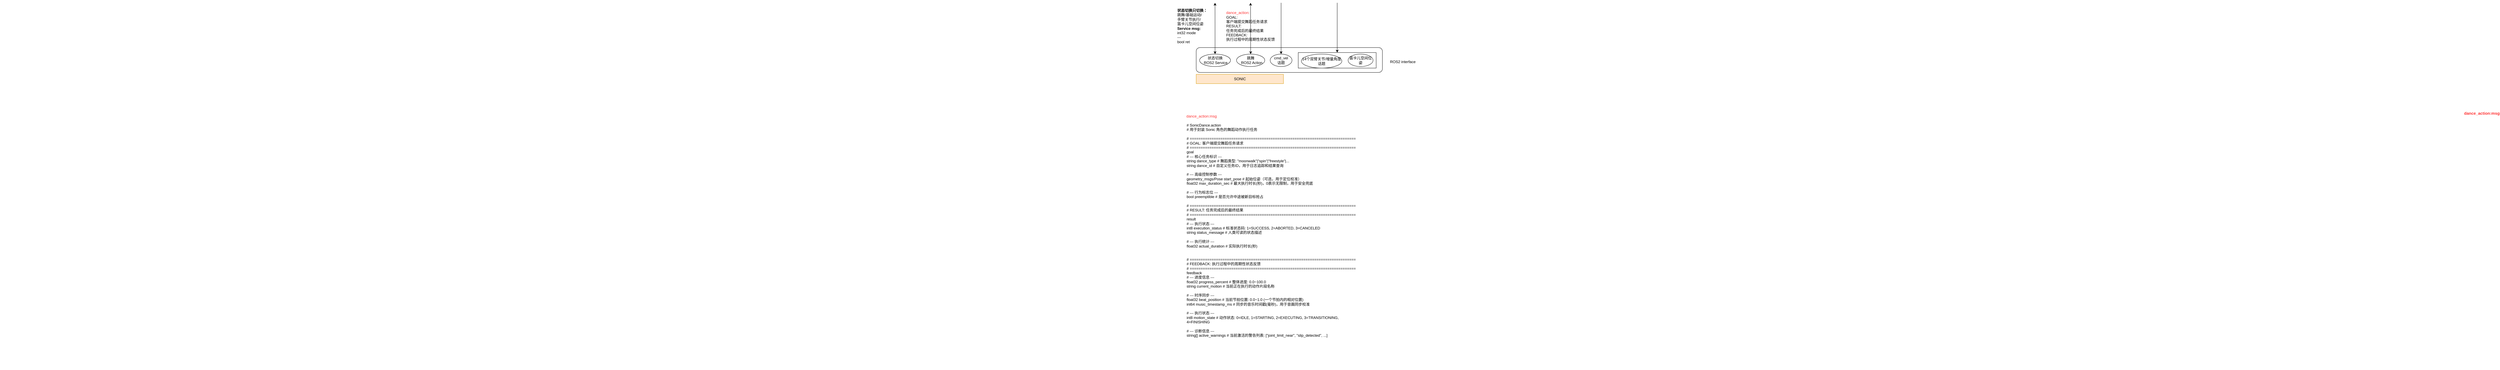
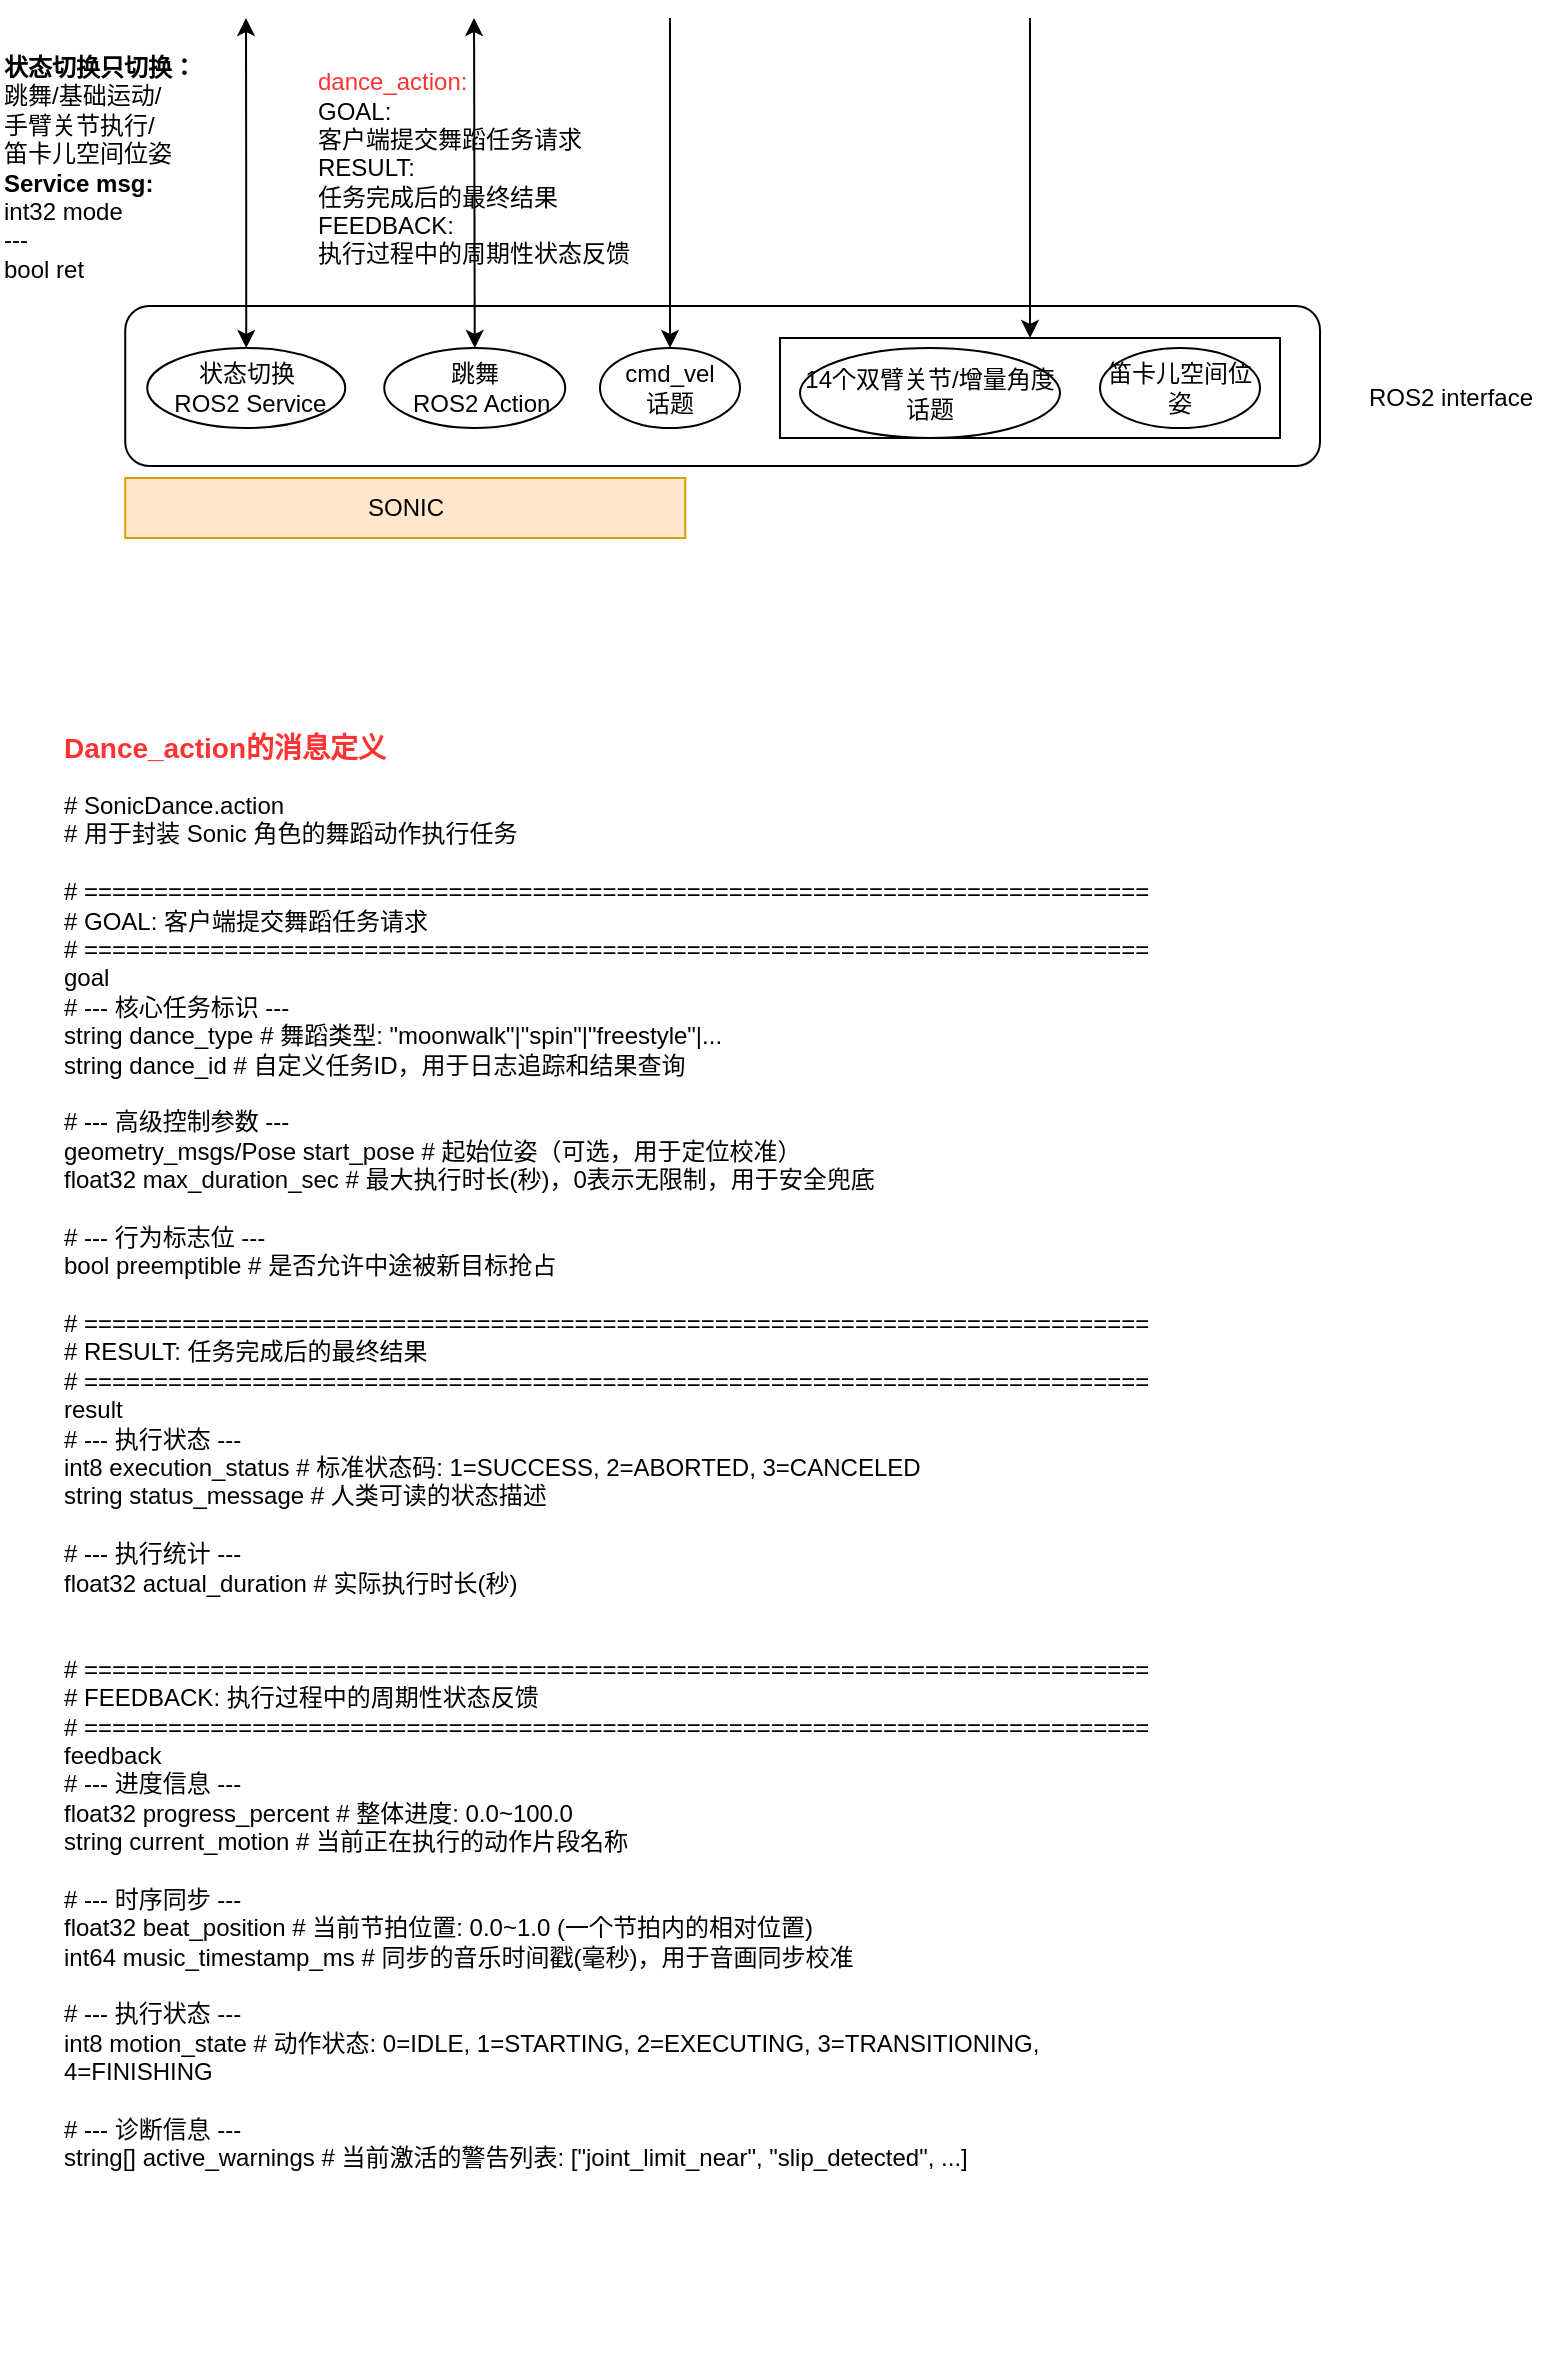
<mxfile host="app.diagrams.net">
  <diagram name="第 1 页" id="DzcLTyVgVoUWEzhdv1gV">
-     <mxGraphModel dx="4283" dy="528" grid="1" gridSize="10" guides="1" tooltips="1" connect="1" arrows="1" fold="1" page="1" pageScale="1" pageWidth="1654" pageHeight="1169" math="0" shadow="0">
+     <mxGraphModel dx="975" dy="528" grid="1" gridSize="10" guides="1" tooltips="1" connect="1" arrows="1" fold="1" page="1" pageScale="1" pageWidth="1654" pageHeight="1169" math="0" shadow="0">
      <root>
        <mxCell id="0" />
        <mxCell id="1" parent="0" />
        <mxCell id="3TUa6k41WnPCvsEETGqd-1" parent="1" style="rounded=0;whiteSpace=wrap;html=1;fillColor=#ffe6cc;strokeColor=#d79b00;" value="SONIC" vertex="1">
          <mxGeometry height="30" width="280" x="552.62" y="310" as="geometry" />
        </mxCell>
        <mxCell id="3TUa6k41WnPCvsEETGqd-2" parent="1" style="rounded=1;whiteSpace=wrap;html=1;" value="" vertex="1">
          <mxGeometry height="80" width="597.38" x="552.62" y="224" as="geometry" />
        </mxCell>
        <mxCell id="3TUa6k41WnPCvsEETGqd-3" parent="1" style="text;html=1;align=center;verticalAlign=middle;resizable=0;points=[];autosize=1;strokeColor=none;fillColor=none;" value="ROS2 interface" vertex="1">
          <mxGeometry height="30" width="110" x="1160" y="255" as="geometry" />
        </mxCell>
        <mxCell id="3TUa6k41WnPCvsEETGqd-4" edge="1" parent="1" source="3TUa6k41WnPCvsEETGqd-5" style="edgeStyle=orthogonalEdgeStyle;rounded=0;orthogonalLoop=1;jettySize=auto;html=1;exitX=0.5;exitY=0;exitDx=0;exitDy=0;startArrow=classic;startFill=1;">
          <mxGeometry relative="1" as="geometry">
            <mxPoint x="613" y="80" as="targetPoint" />
          </mxGeometry>
        </mxCell>
        <mxCell id="3TUa6k41WnPCvsEETGqd-5" parent="1" style="ellipse;whiteSpace=wrap;html=1;" value="状态切换&lt;br&gt;&amp;nbsp;ROS2 Service" vertex="1">
          <mxGeometry height="40" width="99" x="563.62" y="245" as="geometry" />
        </mxCell>
        <mxCell id="3TUa6k41WnPCvsEETGqd-6" edge="1" parent="1" source="3TUa6k41WnPCvsEETGqd-7" style="edgeStyle=orthogonalEdgeStyle;curved=1;rounded=0;orthogonalLoop=1;jettySize=auto;html=1;exitX=0.5;exitY=0;exitDx=0;exitDy=0;startArrow=classic;startFill=1;">
          <mxGeometry relative="1" as="geometry">
            <mxPoint x="727" y="80" as="targetPoint" />
          </mxGeometry>
        </mxCell>
        <mxCell id="3TUa6k41WnPCvsEETGqd-7" parent="1" style="ellipse;whiteSpace=wrap;html=1;" value="跳舞&lt;br&gt;&amp;nbsp; ROS2 Action" vertex="1">
          <mxGeometry height="40" width="90.5" x="682.12" y="245" as="geometry" />
        </mxCell>
        <mxCell id="3TUa6k41WnPCvsEETGqd-8" parent="1" style="text;html=1;align=left;verticalAlign=middle;resizable=0;points=[];autosize=1;strokeColor=none;fillColor=none;" value="&lt;font&gt;&lt;font style=&quot;color: rgb(0, 0, 0);&quot;&gt;&lt;b&gt;状态切换只切换：&lt;/b&gt;&lt;/font&gt;&lt;br&gt;&lt;font style=&quot;color: rgb(0, 0, 0);&quot;&gt;跳舞/基础运动/&lt;br&gt;手臂关节执行/&lt;br&gt;笛卡儿空间位姿&lt;/font&gt;&lt;br&gt;&lt;font style=&quot;color: rgb(0, 0, 0);&quot;&gt;&lt;b&gt;Service msg:&lt;/b&gt;&lt;/font&gt;&lt;/font&gt;&lt;br&gt;int32 mode&lt;div&gt;---&lt;/div&gt;&lt;div&gt;bool ret&lt;/div&gt;" vertex="1">
          <mxGeometry height="130" width="120" x="490" y="90" as="geometry" />
        </mxCell>
        <mxCell id="qzNTs-UY0wei0addMZY_-1" parent="1" style="text;html=1;whiteSpace=wrap;strokeColor=none;fillColor=none;align=left;verticalAlign=middle;rounded=0;" value="&lt;font style=&quot;color: rgb(255, 51, 51);&quot;&gt;&lt;span style=&quot;font-family: monospace; font-size: 0px; text-wrap: nowrap; color: rgba(0, 0, 0, 0);&quot;&gt;%3CmxGraphModel%3E%3Croot%3E%3CmxCell%20id%3D%220%22%2F%3E%3CmxCell%20id%3D%221%22%20parent%3D%220%22%2F%3E%3CmxCell%20id%3D%222%22%20parent%3D%221%22%20style%3D%22text%3Bhtml%3D1%3BwhiteSpace%3Dwrap%3BstrokeColor%3Dnone%3BfillColor%3Dnone%3Balign%3Dcenter%3BverticalAlign%3Dmiddle%3Brounded%3D0%3B%22%20value%3D%22Text%22%20vertex%3D%221%22%3E%3CmxGeometry%20height%3D%2230%22%20width%3D%2260%22%20x%3D%22510%22%20y%3D%22400%22%20as%3D%22geometry%22%2F%3E%3C%2FmxCell%3E%3C%2Froot%3E%3C%2FmxGraphModel%3E%3CmxGraphModel%3E%3Croot%3E%3CmxCell%20id%3D%220%22%2F%3E%3CmxCell%20id%3D%221%22%20parent%3D%220%22%2F%3E%3CmxCell%20id%3D%222%22%20parent%3D%221%22%20style%3D%22text%3Bhtml%3D1%3BwhiteSpace%3Dwrap%3BstrokeColor%3Dnone%3BfillColor%3Dnone%3Balign%3Dcenter%3BverticalAlign%3Dmiddle%3Brounded%3D0%3B%22%20value%3D%22Text%22%20vertex%3D%221%22%3E%3CmxGeometry%20height%3D%2230%22%20width%3D%2260%22%20x%3D%22510%22%20y%3D%22400%22%20as%3D%22geometry%22%2F%3E%3C%2FmxCell%3E%3C%2Froot%3E%3C%2FmxGraphModel%3E&lt;/span&gt;dance_action:&lt;/font&gt;&lt;br&gt;GOAL: &lt;br&gt;客户端提交舞蹈任务请求&lt;br&gt;RESULT: &lt;br&gt;任务完成后的最终结果&lt;br&gt;FEEDBACK: &lt;br&gt;执行过程中的周期性状态反馈" vertex="1">
          <mxGeometry height="70" width="160" x="647.37" y="120" as="geometry" />
        </mxCell>
        <UserObject label="# SonicDance.action&#xa;# 用于封装 Sonic 角色的舞蹈动作执行任务&#xa;&#xa;# ============================================================================&#xa;# GOAL: 客户端提交舞蹈任务请求&#xa;# ============================================================================&#xa;goal&#xa;  # --- 核心任务标识 ---&#xa;  string dance_type           # 舞蹈类型: &quot;moonwalk&quot;|&quot;spin&quot;|&quot;freestyle&quot;|...&#xa;  string dance_id             # 自定义任务ID，用于日志追踪和结果查询&#xa;    &#xa;  # --- 高级控制参数 ---&#xa;  geometry_msgs/Pose start_pose  # 起始位姿（可选，用于定位校准）&#xa;  float32 max_duration_sec    # 最大执行时长(秒)，0表示无限制，用于安全兜底&#xa;  &#xa;  # --- 行为标志位 ---&#xa;  bool preemptible            # 是否允许中途被新目标抢占&#xa;&#xa;# ============================================================================&#xa;# RESULT: 任务完成后的最终结果&#xa;# ============================================================================&#xa;result&#xa;  # --- 执行状态 ---&#xa;  int8 execution_status       # 标准状态码: 1=SUCCESS, 2=ABORTED, 3=CANCELED&#xa;  string status_message       # 人类可读的状态描述&#xa;  &#xa;  # --- 执行统计 ---&#xa;  float32 actual_duration     # 实际执行时长(秒)&#xa;&#xa;&#xa;# ============================================================================&#xa;# FEEDBACK: 执行过程中的周期性状态反馈&#xa;# ============================================================================&#xa;feedback&#xa;  # --- 进度信息 ---&#xa;  float32 progress_percent    # 整体进度: 0.0~100.0&#xa;  string current_motion       # 当前正在执行的动作片段名称&#xa;  &#xa;  # --- 时序同步 ---&#xa;  float32 beat_position       # 当前节拍位置: 0.0~1.0 (一个节拍内的相对位置)&#xa;  int64 music_timestamp_ms    # 同步的音乐时间戳(毫秒)，用于音画同步校准&#xa;  &#xa;  # --- 执行状态 ---&#xa;  int8 motion_state           # 动作状态: 0=IDLE, 1=STARTING, 2=EXECUTING, 3=TRANSITIONING, 4=FINISHING&#xa;  &#xa;  # --- 诊断信息 ---&#xa;  string[] active_warnings    # 当前激活的警告列表: [&quot;joint_limit_near&quot;, &quot;slip_detected&quot;, ...]" link="# SonicDance.action&#xa;# 用于封装 Sonic 角色的舞蹈动作执行任务&#xa;&#xa;# ============================================================================&#xa;# GOAL: 客户端提交舞蹈任务请求&#xa;# ============================================================================&#xa;goal&#xa;  # --- 核心任务标识 ---&#xa;  string dance_type           # 舞蹈类型: &quot;moonwalk&quot;|&quot;spin&quot;|&quot;freestyle&quot;|...&#xa;  string dance_id             # 自定义任务ID，用于日志追踪和结果查询&#xa;    &#xa;  # --- 高级控制参数 ---&#xa;  geometry_msgs/Pose start_pose  # 起始位姿（可选，用于定位校准）&#xa;  float32 max_duration_sec    # 最大执行时长(秒)，0表示无限制，用于安全兜底&#xa;  &#xa;  # --- 行为标志位 ---&#xa;  bool preemptible            # 是否允许中途被新目标抢占&#xa;&#xa;# ============================================================================&#xa;# RESULT: 任务完成后的最终结果&#xa;# ============================================================================&#xa;result&#xa;  # --- 执行状态 ---&#xa;  int8 execution_status       # 标准状态码: 1=SUCCESS, 2=ABORTED, 3=CANCELED&#xa;  string status_message       # 人类可读的状态描述&#xa;  &#xa;  # --- 执行统计 ---&#xa;  float32 actual_duration     # 实际执行时长(秒)&#xa;&#xa;&#xa;# ============================================================================&#xa;# FEEDBACK: 执行过程中的周期性状态反馈&#xa;# ============================================================================&#xa;feedback&#xa;  # --- 进度信息 ---&#xa;  float32 progress_percent    # 整体进度: 0.0~100.0&#xa;  string current_motion       # 当前正在执行的动作片段名称&#xa;  &#xa;  # --- 时序同步 ---&#xa;  float32 beat_position       # 当前节拍位置: 0.0~1.0 (一个节拍内的相对位置)&#xa;  int64 music_timestamp_ms    # 同步的音乐时间戳(毫秒)，用于音画同步校准&#xa;  &#xa;  # --- 执行状态 ---&#xa;  int8 motion_state           # 动作状态: 0=IDLE, 1=STARTING, 2=EXECUTING, 3=TRANSITIONING, 4=FINISHING&#xa;  &#xa;  # --- 诊断信息 ---&#xa;  string[] active_warnings    # 当前激活的警告列表: [&quot;joint_limit_near&quot;, &quot;slip_detected&quot;, ...]" id="qzNTs-UY0wei0addMZY_-2">
          <mxCell parent="1" style="text;whiteSpace=wrap;html=1;" vertex="1">
            <mxGeometry height="800" width="560" x="520" y="460" as="geometry" />
          </mxCell>
        </UserObject>
-         <mxCell id="qzNTs-UY0wei0addMZY_-3" parent="1" style="text;html=1;whiteSpace=wrap;strokeColor=none;fillColor=none;align=center;verticalAlign=middle;rounded=0;" value="&lt;span style=&quot;text-align: left; text-wrap: nowrap; font-family: monospace; font-size: 0px; color: rgba(0, 0, 0, 0);&quot;&gt;%3CmxGraphModel%3E%3Croot%3E%3CmxCell%20id%3D%220%22%2F%3E%3CmxCell%20id%3D%221%22%20parent%3D%220%22%2F%3E%3CmxCell%20id%3D%222%22%20parent%3D%221%22%20style%3D%22text%3Bhtml%3D1%3BwhiteSpace%3Dwrap%3BstrokeColor%3Dnone%3BfillColor%3Dnone%3Balign%3Dcenter%3BverticalAlign%3Dmiddle%3Brounded%3D0%3B%22%20value%3D%22Text%22%20vertex%3D%221%22%3E%3CmxGeometry%20height%3D%2230%22%20width%3D%2260%22%20x%3D%22510%22%20y%3D%22400%22%20as%3D%22geometry%22%2F%3E%3C%2FmxCell%3E%3C%2Froot%3E%3C%2FmxGraphModel%3E%3CmxGraphModel%3E%3Croot%3E%3CmxCell%20id%3D%220%22%2F%3E%3CmxCell%20id%3D%221%22%20parent%3D%220%22%2F%3E%3CmxCell%20id%3D%222%22%20parent%3D%221%22%20style%3D%22text%3Bhtml%3D1%3BwhiteSpace%3Dwrap%3BstrokeColor%3Dnone%3BfillColor%3Dnone%3Balign%3Dcenter%3BverticalAlign%3Dmiddle%3Brounded%3D0%3B%22%20value%3D%22Text%22%20vertex%3D%221%22%3E%3CmxGeometry%20height%3D%2230%22%20width%3D%2260%22%20x%3D%22510%22%20y%3D%22400%22%20as%3D%22geometry%22%2F%3E%3C%2FmxCell%3E%3C%2Froot%3E%3C%2FmxGraphModel%3E&lt;/span&gt;&lt;span style=&quot;color: rgb(255, 51, 51); text-align: left;&quot;&gt;dance_action:msg&lt;/span&gt;" vertex="1">
-           <mxGeometry height="30" width="100" x="520" y="430" as="geometry" />
-         </mxCell>
        <mxCell id="qzNTs-UY0wei0addMZY_-8" edge="1" parent="1" source="qzNTs-UY0wei0addMZY_-4" style="edgeStyle=orthogonalEdgeStyle;rounded=0;orthogonalLoop=1;jettySize=auto;html=1;exitX=0.5;exitY=0;exitDx=0;exitDy=0;startArrow=classic;startFill=1;endArrow=none;endFill=0;">
          <mxGeometry relative="1" as="geometry">
            <mxPoint x="825" y="80" as="targetPoint" />
          </mxGeometry>
        </mxCell>
        <mxCell id="qzNTs-UY0wei0addMZY_-4" parent="1" style="ellipse;whiteSpace=wrap;html=1;" value="cmd_vel&lt;br&gt;话题" vertex="1">
          <mxGeometry height="40" width="70" x="790" y="245" as="geometry" />
        </mxCell>
        <mxCell id="qzNTs-UY0wei0addMZY_-13" edge="1" parent="1" source="qzNTs-UY0wei0addMZY_-11" style="edgeStyle=orthogonalEdgeStyle;rounded=0;orthogonalLoop=1;jettySize=auto;html=1;exitX=0.5;exitY=0;exitDx=0;exitDy=0;startArrow=classic;startFill=1;endArrow=none;endFill=0;">
          <mxGeometry relative="1" as="geometry">
            <mxPoint x="1005" y="80" as="targetPoint" />
          </mxGeometry>
        </mxCell>
        <mxCell id="qzNTs-UY0wei0addMZY_-11" parent="1" style="rounded=0;whiteSpace=wrap;html=1;" value="" vertex="1">
          <mxGeometry height="50" width="250" x="880" y="240" as="geometry" />
        </mxCell>
        <mxCell id="qzNTs-UY0wei0addMZY_-6" parent="1" style="ellipse;whiteSpace=wrap;html=1;" value="14个双臂关节/增量角度&lt;br&gt;话题" vertex="1">
          <mxGeometry height="45" width="130" x="890" y="245" as="geometry" />
        </mxCell>
        <mxCell id="qzNTs-UY0wei0addMZY_-7" parent="1" style="ellipse;whiteSpace=wrap;html=1;" value="笛卡儿空间位姿" vertex="1">
          <mxGeometry height="40" width="80" x="1040" y="245" as="geometry" />
        </mxCell>
-         <mxCell id="qzNTs-UY0wei0addMZY_-14" parent="1" style="text;html=1;whiteSpace=wrap;strokeColor=none;fillColor=none;align=center;verticalAlign=middle;rounded=0;fontStyle=1;fontSize=13;" value="&lt;span style=&quot;text-wrap: nowrap; text-align: left; font-family: monospace; color: rgba(0, 0, 0, 0);&quot;&gt;%3CmxGraphModel%3E%3Croot%3E%3CmxCell%20id%3D%220%22%2F%3E%3CmxCell%20id%3D%221%22%20parent%3D%220%22%2F%3E%3CmxCell%20id%3D%222%22%20parent%3D%221%22%20style%3D%22text%3Bhtml%3D1%3BwhiteSpace%3Dwrap%3BstrokeColor%3Dnone%3BfillColor%3Dnone%3Balign%3Dcenter%3BverticalAlign%3Dmiddle%3Brounded%3D0%3B%22%20value%3D%22Text%22%20vertex%3D%221%22%3E%3CmxGeometry%20height%3D%2230%22%20width%3D%2260%22%20x%3D%22510%22%20y%3D%22400%22%20as%3D%22geometry%22%2F%3E%3C%2FmxCell%3E%3C%2Froot%3E%3C%2FmxGraphModel%3E%3CmxGraphModel%3E%3Croot%3E%3CmxCell%20id%3D%220%22%2F%3E%3CmxCell%20id%3D%221%22%20parent%3D%220%22%2F%3E%3CmxCell%20id%3D%222%22%20parent%3D%221%22%20style%3D%22text%3Bhtml%3D1%3BwhiteSpace%3Dwrap%3BstrokeColor%3Dnone%3BfillColor%3Dnone%3Balign%3Dcenter%3BverticalAlign%3Dmiddle%3Brounded%3D0%3B%22%20value%3D%22Text%22%20vertex%3D%221%22%3E%3CmxGeometry%20height%3D%2230%22%20width%3D%2260%22%20x%3D%22510%22%20y%3D%22400%22%20as%3D%22geometry%22%2F%3E%3C%2FmxCell%3E%3C%2Froot%3E%3C%2FmxGraphModel%3E&lt;/span&gt;&lt;span style=&quot;color: rgb(255, 51, 51); text-align: left;&quot;&gt;dance_action:msg&lt;/span&gt;" vertex="1">
-           <mxGeometry height="30" width="130" x="660" y="420" as="geometry" />
+         <mxCell id="qzNTs-UY0wei0addMZY_-15" parent="1" style="text;html=1;whiteSpace=wrap;strokeColor=none;fillColor=none;align=left;verticalAlign=middle;rounded=0;fontStyle=1;fontColor=#FF3333;fontSize=14;" value="Dance_action的消息定义" vertex="1">
+           <mxGeometry height="30" width="200" x="520" y="430" as="geometry" />
        </mxCell>
      </root>
    </mxGraphModel>
  </diagram>
</mxfile>
